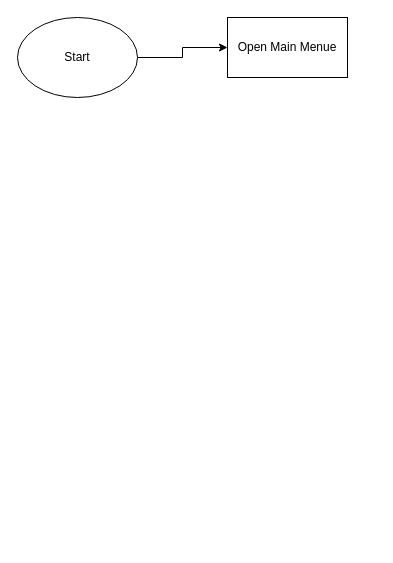
NPITX-programs/Support-Ticket-System keeps this draw.io diagram as Informatiotion/Ticketing Flowchart.drawio. Above is the earlier version. Source tidied: cells renumbered, new cells numbered last; positions are measured from the earlier drawing's top-left corner, leaving out a move shared by most shapes. Both pictures are drawn from the tidied source at 100%, with x=0, y=0 at pixel (17, 17).
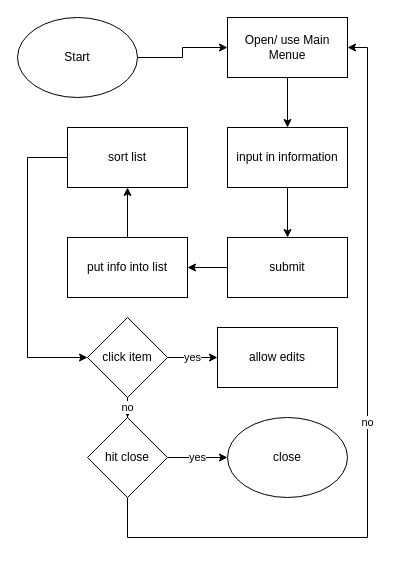
Above is the later version.

Commit message:
complete flowchart?

Diff of the diagram source:
```diff
@@
+    <mxCell id="8" style="edgeStyle=orthogonalEdgeStyle;rounded=0;jettySize=auto;html=1;" parent="1" edge="1" source="4" target="12">
+      <mxGeometry relative="1" as="geometry" />
+    </mxCell>
-    <mxCell id="4" value="Open Main Menue" style="rounded=0;whiteSpace=wrap;html=1;" parent="1" vertex="1">
+    <mxCell id="4" value="Open/ use Main Menue" style="rounded=0;whiteSpace=wrap;html=1;" parent="1" vertex="1">
       <mxGeometry x="210" width="120" height="60" as="geometry" />
     </mxCell>
@@
+    <mxCell id="9" style="edgeStyle=orthogonalEdgeStyle;rounded=0;jettySize=auto;html=1;" parent="1" edge="1" source="10" target="16">
+      <mxGeometry relative="1" as="geometry" />
+    </mxCell>
+    <mxCell id="10" value="submit" style="rounded=0;whiteSpace=wrap;html=1;" parent="1" vertex="1">
+      <mxGeometry x="210" y="220" width="120" height="60" as="geometry" />
+    </mxCell>
+    <mxCell id="11" style="edgeStyle=orthogonalEdgeStyle;rounded=0;jettySize=auto;html=1;" parent="1" edge="1" source="12" target="10">
+      <mxGeometry relative="1" as="geometry" />
+    </mxCell>
+    <mxCell id="12" value="input in information" style="rounded=0;whiteSpace=wrap;html=1;" parent="1" vertex="1">
+      <mxGeometry x="210" y="110" width="120" height="60" as="geometry" />
+    </mxCell>
+    <mxCell id="13" style="edgeStyle=orthogonalEdgeStyle;rounded=0;jettySize=auto;html=1;entryX=0;entryY=0.5;entryDx=0;entryDy=0;" parent="1" edge="1" source="14" target="19">
+      <mxGeometry relative="1" as="geometry">
+        <Array as="points">
+          <mxPoint x="10" y="140" />
+          <mxPoint x="10" y="340" />
+        </Array>
+      </mxGeometry>
+    </mxCell>
+    <mxCell id="14" value="sort list" style="rounded=0;whiteSpace=wrap;html=1;" parent="1" vertex="1">
+      <mxGeometry x="50" y="110" width="120" height="60" as="geometry" />
+    </mxCell>
+    <mxCell id="15" style="edgeStyle=orthogonalEdgeStyle;rounded=0;jettySize=auto;html=1;" parent="1" edge="1" source="16" target="14">
+      <mxGeometry relative="1" as="geometry" />
+    </mxCell>
+    <mxCell id="16" value="put info into list" style="rounded=0;whiteSpace=wrap;html=1;" parent="1" vertex="1">
+      <mxGeometry x="50" y="220" width="120" height="60" as="geometry" />
+    </mxCell>
+    <mxCell id="17" value="yes" style="edgeStyle=orthogonalEdgeStyle;rounded=0;jettySize=auto;html=1;" parent="1" edge="1" source="19" target="20">
+      <mxGeometry relative="1" as="geometry" />
+    </mxCell>
+    <mxCell id="18" value="no" style="edgeStyle=orthogonalEdgeStyle;rounded=0;jettySize=auto;html=1;" parent="1" edge="1" source="19" target="23">
+      <mxGeometry relative="1" as="geometry" />
+    </mxCell>
+    <mxCell id="19" value="click item" style="rhombus;whiteSpace=wrap;html=1;" parent="1" vertex="1">
+      <mxGeometry x="70" y="300" width="80" height="80" as="geometry" />
+    </mxCell>
+    <mxCell id="20" value="allow edits" style="rounded=0;whiteSpace=wrap;html=1;" parent="1" vertex="1">
+      <mxGeometry x="200" y="310" width="120" height="60" as="geometry" />
+    </mxCell>
+    <mxCell id="21" value="yes" style="edgeStyle=orthogonalEdgeStyle;rounded=0;jettySize=auto;html=1;" parent="1" edge="1" source="23" target="24">
+      <mxGeometry relative="1" as="geometry" />
+    </mxCell>
+    <mxCell id="22" value="no" style="edgeStyle=orthogonalEdgeStyle;rounded=0;jettySize=auto;html=1;entryX=1;entryY=0.5;entryDx=0;entryDy=0;" parent="1" edge="1" source="23" target="4">
+      <mxGeometry relative="1" as="geometry">
+        <Array as="points">
+          <mxPoint x="110" y="520" />
+          <mxPoint x="350" y="520" />
+          <mxPoint x="350" y="30" />
+        </Array>
+      </mxGeometry>
+    </mxCell>
+    <mxCell id="23" value="hit close" style="rhombus;whiteSpace=wrap;html=1;" parent="1" vertex="1">
+      <mxGeometry x="70" y="400" width="80" height="80" as="geometry" />
+    </mxCell>
+    <mxCell id="24" value="close" style="ellipse;whiteSpace=wrap;html=1;" parent="1" vertex="1">
+      <mxGeometry x="210" y="400" width="120" height="80" as="geometry" />
+    </mxCell>
```
